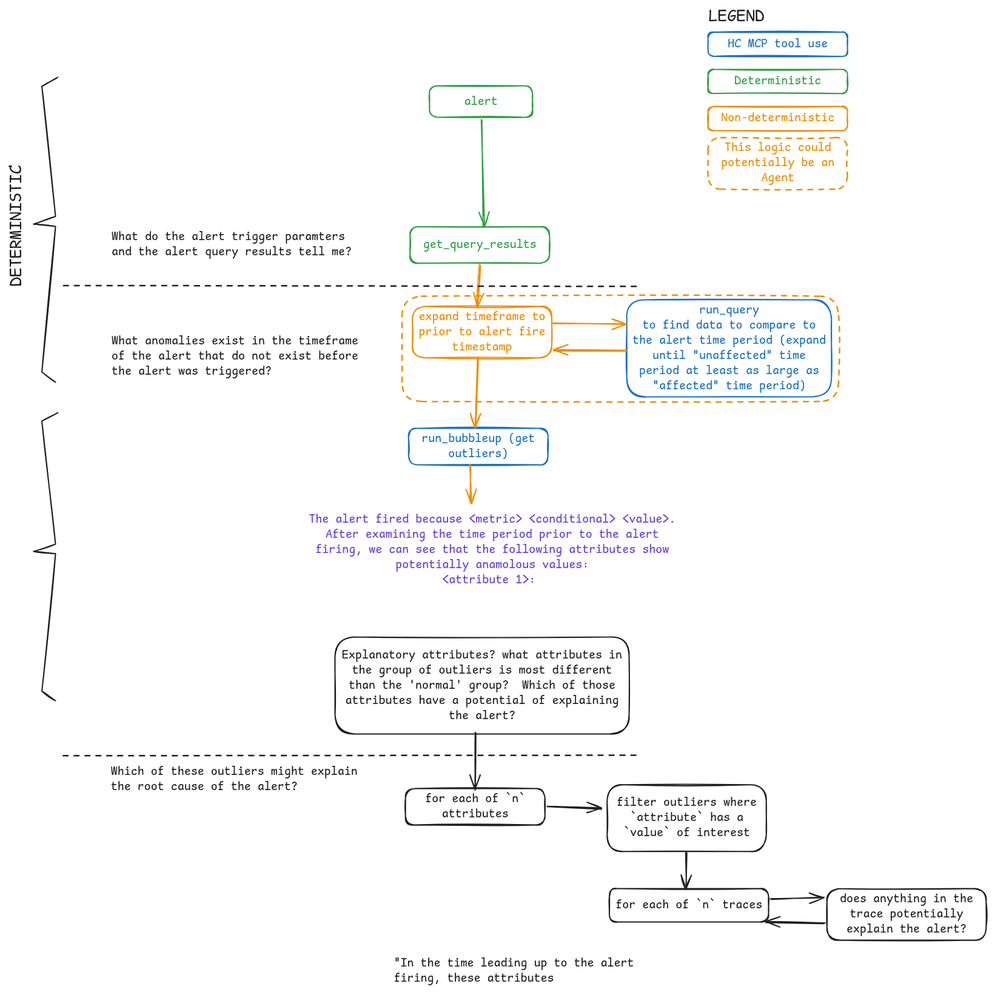
oiva-app/oiva keeps this Excalidraw diagram as src/agent/docs/telemetry-refinements-2026-0-23.excalidraw.png. Above is the earlier version. Source tidied: one line per element, renumbered; positions are measured from the earlier drawing's top-left corner, leaving out a move shared by most shapes.
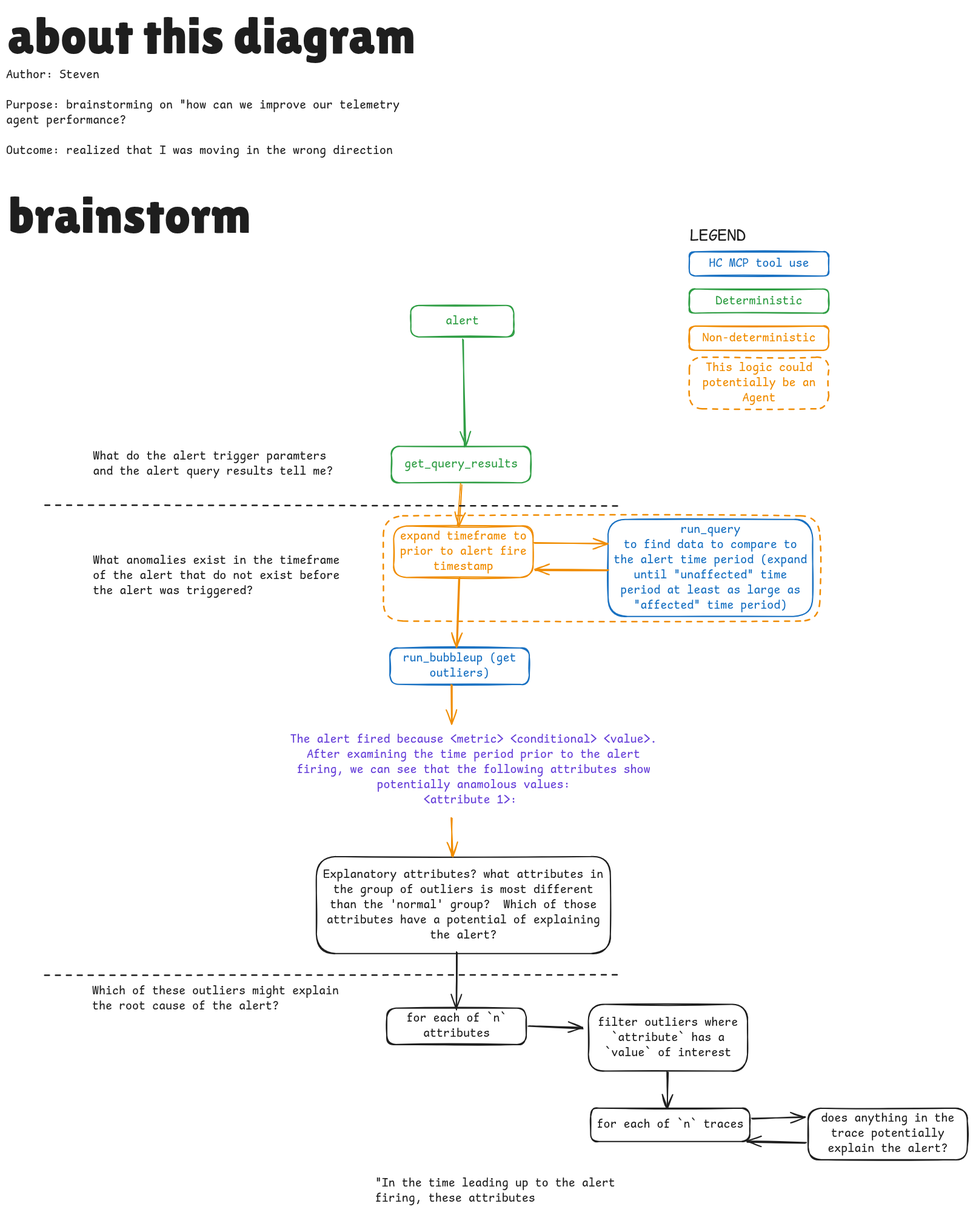
Later version of the same file.

Commit message:
planning: alert contextualization

The edit, as a diff of the source:
```diff
@@ -5,7 +5,7 @@
 {"id": 4, "type": "arrow", "strokeColor": "#2f9e44", "strokeWidth": 2, "roughness": 1, "endArrowhead": "arrow", "round": true, "from": 0, "to": 2, "x": 971, "y": 189, "width": 3, "height": 175, "points": [[0, 0], [3, 175]]}
 {"id": 5, "type": "rectangle", "strokeColor": "#f08c00", "strokeWidth": 2, "roughness": 1, "round": true, "x": 857, "y": 495, "width": 230, "height": 85}
 {"id": 6, "type": "text", "text": "expand timeframe to\nprior to alert fire\ntimestamp", "strokeColor": "#f08c00", "strokeWidth": 2, "roughness": 1, "fontSize": 20, "fontFamily": 8, "textAlign": "center", "verticalAlign": "middle", "inside": 5, "x": 868, "y": 500, "width": 209, "height": 75}
-{"id": 7, "type": "text", "text": "What do the alert trigger paramters\nand the alert query results tell me?", "strokeColor": "#1e1e1e", "strokeWidth": 2, "roughness": 1, "fontSize": 20, "fontFamily": 8, "x": 361, "y": 368, "width": 409, "height": 50}
+{"id": 51, "type": "text", "text": "What do the alert trigger paramters\nand the alert query results tell me?", "strokeColor": "#1e1e1e", "strokeWidth": 2, "roughness": 1, "fontSize": 20, "fontFamily": 8, "x": 361, "y": 368, "width": 409, "height": 50}
 {"id": 8, "type": "text", "text": "What anomalies exist in the timeframe\nof the alert that do not exist before\nthe alert was triggered?", "strokeColor": "#1e1e1e", "strokeWidth": 2, "roughness": 1, "fontSize": 20, "fontFamily": 8, "x": 361, "y": 540, "width": 409, "height": 75}
 {"id": 9, "type": "text", "text": "Which of these outliers might explain\nthe root cause of the alert?", "strokeColor": "#1e1e1e", "strokeWidth": 2, "roughness": 1, "fontSize": 20, "fontFamily": 8, "x": 360, "y": 1250, "width": 409, "height": 50}
 {"id": 10, "type": "arrow", "strokeColor": "#f08c00", "strokeWidth": 2, "roughness": 1, "endArrowhead": "arrow", "round": true, "from": 2, "to": 5, "x": 968, "y": 426, "width": 5, "height": 69, "points": [[0, 0], [-5, 69]]}
@@ -20,7 +20,7 @@
 {"id": 19, "type": "text", "text": "filter outliers where\n`attribute` has a\n`value` of interest", "strokeColor": "#1e1e1e", "strokeWidth": 2, "roughness": 1, "fontSize": 20, "fontFamily": 8, "textAlign": "center", "verticalAlign": "middle", "inside": 18, "x": 1194, "y": 1302, "width": 231, "height": 75}
 {"id": 20, "type": "rectangle", "strokeColor": "#1e1e1e", "strokeWidth": 2, "roughness": 1, "round": true, "x": 730, "y": 1041, "width": 485, "height": 160}
 {"id": 21, "type": "text", "text": "Explanatory attributes? what attributes in\nthe group of outliers is most different\nthan the 'normal' group?  Which of those\nattributes have a potential of explaining\nthe alert?", "strokeColor": "#1e1e1e", "strokeWidth": 2, "roughness": 1, "fontSize": 20, "fontFamily": 8, "textAlign": "center", "verticalAlign": "middle", "inside": 20, "x": 741, "y": 1058, "width": 462, "height": 125}
-{"id": 22, "type": "arrow", "strokeColor": "#f08c00", "strokeWidth": 2, "roughness": 1, "endArrowhead": "arrow", "round": true, "from": 11, "x": 954, "y": 757, "width": 0, "height": 64, "points": [[0, 0], [0, 64]]}
+{"id": 52, "type": "arrow", "strokeColor": "#f08c00", "strokeWidth": 2, "roughness": 1, "endArrowhead": "arrow", "round": true, "from": 11, "x": 954, "y": 757, "width": 0, "height": 64, "points": [[0, 0], [0, 64]]}
 {"id": 23, "type": "arrow", "strokeColor": "#1e1e1e", "strokeWidth": 2, "roughness": 1, "endArrowhead": "arrow", "round": true, "from": 20, "to": 16, "x": 961, "y": 1199, "width": 1, "height": 94, "points": [[0, 0], [-1, 94]]}
 {"id": 24, "type": "arrow", "strokeColor": "#1e1e1e", "strokeWidth": 2, "roughness": 1, "endArrowhead": "arrow", "round": true, "from": 16, "to": 18, "x": 1081, "y": 1319, "width": 88, "height": 5, "points": [[0, 0], [88, 5]]}
 {"id": 25, "type": "rectangle", "strokeColor": "#1e1e1e", "strokeWidth": 2, "roughness": 1, "round": true, "x": 1182, "y": 1456, "width": 262, "height": 55}
@@ -34,9 +34,6 @@
 {"id": 33, "type": "text", "text": "HC MCP tool use", "strokeColor": "#1971c2", "strokeWidth": 2, "roughness": 1, "fontSize": 20, "fontFamily": 8, "textAlign": "center", "verticalAlign": "middle", "inside": 32, "x": 1377, "y": 50, "width": 165, "height": 25}
 {"id": 34, "type": "rectangle", "strokeColor": "#1971c2", "strokeWidth": 2, "roughness": 1, "round": true, "x": 1211, "y": 485, "width": 338, "height": 160}
 {"id": 35, "type": "text", "text": "run_query\nto find data to compare to\nthe alert time period (expand\nuntil \"unaffected\" time\nperiod at least as large as\n\"affected\" time period)", "strokeColor": "#1971c2", "strokeWidth": 2, "roughness": 1, "fontSize": 20, "fontFamily": 8, "textAlign": "center", "verticalAlign": "middle", "inside": 34, "x": 1220, "y": 490, "width": 319, "height": 150}
-{"id": 36, "type": "line", "strokeColor": "#1e1e1e", "strokeWidth": 2, "roughness": 1, "x": 273, "y": 118, "width": 40, "height": 502, "points": [[0, 0], [-26, 15], [-4, 229], [-40, 242], [-4, 246], [-26, 486], [-4, 503]]}
-{"id": 37, "type": "text", "text": "DETERMINISTIC", "strokeColor": "#1e1e1e", "angle": 4.71, "strokeWidth": 2, "roughness": 1, "fontSize": 28, "fontFamily": 8, "textAlign": "center", "x": 0, "y": 345, "width": 409, "height": 35}
-{"id": 38, "type": "line", "strokeColor": "#1e1e1e", "strokeWidth": 2, "roughness": 1, "x": 273, "y": 671, "width": 40, "height": 475, "points": [[0, 0], [-26, 14], [-4, 217], [-40, 229], [-4, 232], [-26, 459], [-4, 475]]}
 {"id": 39, "type": "rectangle", "strokeColor": "#2f9e44", "strokeWidth": 2, "roughness": 1, "round": true, "x": 1345, "y": 104, "width": 230, "height": 40}
 {"id": 40, "type": "text", "text": "Deterministic", "strokeColor": "#2f9e44", "strokeWidth": 2, "roughness": 1, "fontSize": 20, "fontFamily": 8, "textAlign": "center", "verticalAlign": "middle", "inside": 39, "x": 1388, "y": 112, "width": 143, "height": 25}
 {"id": 41, "type": "rectangle", "strokeColor": "#f08c00", "strokeWidth": 2, "roughness": 1, "round": true, "x": 1345, "y": 165, "width": 230, "height": 40}
@@ -49,3 +46,7 @@
 {"id": 48, "type": "text", "text": "LEGEND", "strokeColor": "#1e1e1e", "strokeWidth": 2, "strokeStyle": "dashed", "roughness": 1, "fontSize": 28, "fontFamily": 8, "textAlign": "center", "x": 1346, "y": 0, "width": 92, "height": 35}
 {"id": 49, "type": "text", "text": "\"In the time leading up to the alert\nfiring, these attributes ", "strokeColor": "#1e1e1e", "strokeWidth": 2, "roughness": 1, "fontSize": 20, "fontFamily": 8, "x": 827, "y": 1567, "width": 409, "height": 50}
 {"id": 50, "type": "text", "text": "The alert fired because <metric> <conditional> <value>.\nAfter examining the time period prior to the alert\nfiring, we can see that the following attributes show\npotentially anamolous values:\n<attribute 1>: ", "strokeColor": "#6741d9", "strokeWidth": 2, "roughness": 1, "fontSize": 20, "fontFamily": 8, "textAlign": "center", "x": 678, "y": 835, "width": 621, "height": 125}
+{"id": 22, "type": "arrow", "strokeColor": "#f08c00", "strokeWidth": 2, "roughness": 1, "endArrowhead": "arrow", "round": true, "x": 954, "y": 977, "width": 0, "height": 64, "points": [[0, 0], [0, 64]]}
+{"id": 53, "type": "text", "text": "brainstorm", "strokeColor": "#1e1e1e", "strokeWidth": 2, "roughness": 1, "fontSize": 84, "fontFamily": 7, "x": 221, "y": -66, "width": 401, "height": 97}
+{"id": 54, "type": "text", "text": "about this diagram", "strokeColor": "#1e1e1e", "strokeWidth": 2, "roughness": 1, "fontSize": 84, "fontFamily": 7, "x": 221, "y": -362, "width": 672, "height": 97}
+{"id": 7, "type": "text", "text": "Author: Steven\n\nPurpose: brainstorming on \"how can we improve our telemetry\nagent performance?\n\nOutcome: realized that I was moving in the wrong direction", "strokeColor": "#1e1e1e", "strokeWidth": 2, "roughness": 1, "fontSize": 20, "fontFamily": 8, "x": 218, "y": -261, "width": 698, "height": 150}
```
